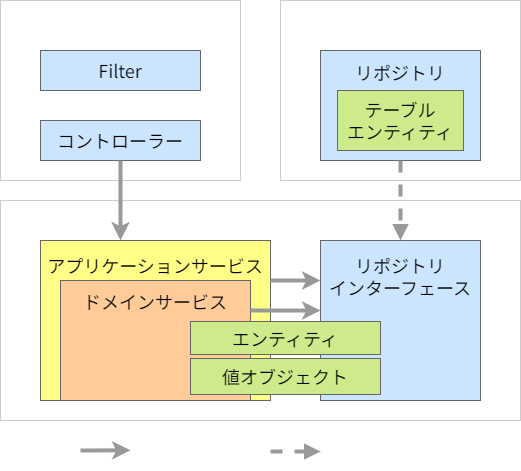
This is documents/contents/images/app-architecture/client-side-rendering/csr-architecture-dark.png from AlesInfiny/maia, a draw.io export, as it was before one commit. Source tidied: cells renumbered, new cells last; positions are measured from the earlier drawing's top-left corner, leaving out a move shared by most shapes.
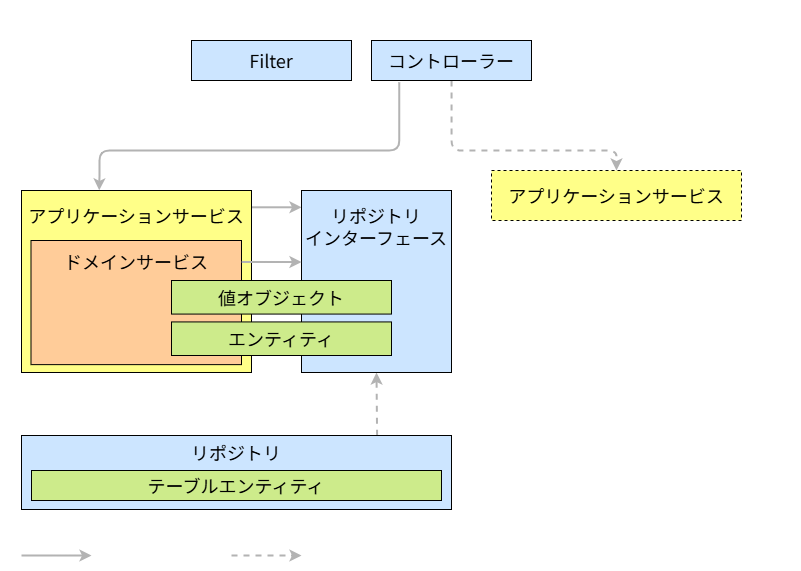
The same file after the commit.

Commit message:
アプリケーションアーキテクチャの図を最新化

The edit, as a diff of the source:
```diff
@@ -2,73 +2,103 @@
   <root>
     <mxCell id="0" />
     <mxCell id="1" parent="0" />
+    <mxCell id="22" value="&lt;font&gt;&lt;font style=&quot;color: rgb(255, 255, 255);&quot;&gt;アプリケーションモジュール A&lt;/font&gt;&lt;br&gt;&lt;/font&gt;" style="rounded=0;whiteSpace=wrap;html=1;fontFamily=Noto Sans JP;fontSize=18;strokeWidth=2;dashed=1;fontSource=https%3A%2F%2Ffonts.googleapis.com%2Fcss%3Ffamily%3DNoto%2BSans%2BJP;fillColor=none;strokeColor=#FFFFFF;spacingTop=8;spacingLeft=8;verticalAlign=top;align=left;fontColor=#000000;" parent="1" vertex="1">
+      <mxGeometry x="100" y="140" width="470" height="430" as="geometry" />
+    </mxCell>
+    <mxCell id="23" value="&lt;font&gt;&lt;font style=&quot;color: rgb(255, 255, 255);&quot;&gt;アプリケーションモジュール B&lt;/font&gt;&lt;br&gt;&lt;/font&gt;" style="rounded=0;whiteSpace=wrap;html=1;fontFamily=Noto Sans JP;fontSize=18;strokeWidth=2;dashed=1;fontSource=https%3A%2F%2Ffonts.googleapis.com%2Fcss%3Ffamily%3DNoto%2BSans%2BJP;fillColor=none;strokeColor=#FFFFFF;spacingTop=8;spacingLeft=8;verticalAlign=top;align=left;fontColor=#FFFFFF;" parent="1" vertex="1">
+      <mxGeometry x="580" y="140.6" width="270" height="429.4" as="geometry" />
+    </mxCell>
+    <mxCell id="24" value="&lt;font style=&quot;font-size: 18px; color: rgb(255, 255, 255);&quot;&gt;&lt;font style=&quot;&quot;&gt;内部構成は&lt;/font&gt;&lt;span style=&quot;background-color: transparent;&quot;&gt;アプリケーション&lt;/span&gt;&lt;/font&gt;&lt;div&gt;&lt;font style=&quot;font-size: 18px; color: rgb(255, 255, 255);&quot;&gt;&lt;span style=&quot;background-color: transparent;&quot;&gt;モジュール A と同様&lt;/span&gt;&lt;/font&gt;&lt;/div&gt;" style="text;html=1;strokeColor=none;fillColor=none;align=center;verticalAlign=middle;whiteSpace=wrap;rounded=0;fontFamily=Noto Sans JP;fontSize=14;fontColor=#FFFFFF;" parent="1" vertex="1">
+      <mxGeometry x="585" y="305" width="260" height="80" as="geometry" />
+    </mxCell>
+    <mxCell id="25" value="…" style="text;html=1;strokeColor=none;fillColor=none;align=center;verticalAlign=middle;whiteSpace=wrap;rounded=0;fontFamily=Noto Sans JP;fontSize=28;fontColor=#FFFFFF;" parent="1" vertex="1">
+      <mxGeometry x="860" y="315" width="40" height="60" as="geometry" />
+    </mxCell>
-    <mxCell id="2" value="&lt;font&gt;アプリケーションコア層&lt;br&gt;&lt;/font&gt;" style="rounded=0;whiteSpace=wrap;html=1;fontFamily=Noto Sans JP;fontSize=18;strokeWidth=1;fontSource=https%3A%2F%2Ffonts.googleapis.com%2Fcss%3Ffamily%3DNoto%2BSans%2BJP;fillColor=none;strokeColor=#CCCCCC;spacingTop=8;verticalAlign=top;fontColor=#FFFFFF;" parent="1" vertex="1">
-      <mxGeometry y="200" width="520" height="220" as="geometry" />
+    <mxCell id="2" value="&lt;font&gt;&lt;font style=&quot;color: rgb(255, 255, 255);&quot;&gt;アプリケーションコア層&lt;/font&gt;&lt;br&gt;&lt;/font&gt;" style="rounded=0;whiteSpace=wrap;html=1;fontFamily=Noto Sans JP;fontSize=18;strokeWidth=1;fontSource=https%3A%2F%2Ffonts.googleapis.com%2Fcss%3Ffamily%3DNoto%2BSans%2BJP;fillColor=none;strokeColor=#FFFFFF;spacingTop=8;verticalAlign=top;fontColor=#FFFFFF;" parent="1" vertex="1">
+      <mxGeometry x="110" y="180" width="450" height="240" as="geometry" />
     </mxCell>
+    <mxCell id="26" style="edgeStyle=none;html=1;strokeColor=#B3B3B3;strokeWidth=2;" parent="1" edge="1">
+      <mxGeometry relative="1" as="geometry">
+        <mxPoint x="350" y="246.8" as="sourcePoint" />
+        <mxPoint x="400" y="246.8" as="targetPoint" />
+      </mxGeometry>
+    </mxCell>
-    <mxCell id="3" value="&lt;div&gt;&lt;font color=&quot;#000000&quot;&gt;アプリケーションサービス&lt;/font&gt;&lt;/div&gt;" style="rounded=0;whiteSpace=wrap;html=1;fontFamily=Noto Sans JP;fontSize=18;fillColor=#ffff88;strokeColor=#666666;strokeWidth=1;spacingLeft=0;fontSource=https%3A%2F%2Ffonts.googleapis.com%2Fcss%3Ffamily%3DNoto%2BSans%2BJP;align=center;verticalAlign=top;spacingTop=8;" parent="1" vertex="1">
-      <mxGeometry x="40" y="240" width="230" height="160" as="geometry" />
+    <mxCell id="3" value="&lt;div&gt;&lt;font color=&quot;#000000&quot;&gt;アプリケーションサービス&lt;/font&gt;&lt;/div&gt;" style="rounded=0;whiteSpace=wrap;html=1;fontFamily=Noto Sans JP;fontSize=18;fillColor=#ffff88;strokeColor=default;strokeWidth=1;spacingLeft=0;fontSource=https%3A%2F%2Ffonts.googleapis.com%2Fcss%3Ffamily%3DNoto%2BSans%2BJP;align=center;verticalAlign=top;spacingTop=8;" parent="1" vertex="1">
+      <mxGeometry x="120" y="230" width="230" height="182" as="geometry" />
     </mxCell>
-    <mxCell id="4" value="&lt;font&gt;インフラストラクチャ層&lt;br&gt;&lt;/font&gt;" style="rounded=0;whiteSpace=wrap;html=1;fontFamily=Noto Sans JP;fontSize=18;strokeWidth=1;fontSource=https%3A%2F%2Ffonts.googleapis.com%2Fcss%3Ffamily%3DNoto%2BSans%2BJP;fillColor=none;strokeColor=#CCCCCC;spacingTop=8;verticalAlign=top;fontColor=#FFFFFF;" parent="1" vertex="1">
-      <mxGeometry x="280" width="240" height="180" as="geometry" />
+    <mxCell id="4" value="&lt;font&gt;&lt;font style=&quot;color: rgb(255, 255, 255);&quot;&gt;インフラストラクチャ層&lt;/font&gt;&lt;br&gt;&lt;/font&gt;" style="rounded=0;whiteSpace=wrap;html=1;fontFamily=Noto Sans JP;fontSize=18;strokeWidth=1;fontSource=https%3A%2F%2Ffonts.googleapis.com%2Fcss%3Ffamily%3DNoto%2BSans%2BJP;fillColor=none;strokeColor=#FFFFFF;spacingTop=8;verticalAlign=top;fontColor=#000000;" parent="1" vertex="1">
+      <mxGeometry x="110" y="430" width="450" height="130" as="geometry" />
     </mxCell>
-    <mxCell id="5" value="&lt;font&gt;プレゼンテーション層&lt;br&gt;&lt;/font&gt;" style="rounded=0;whiteSpace=wrap;html=1;fontFamily=Noto Sans JP;fontSize=18;strokeWidth=1;fontSource=https%3A%2F%2Ffonts.googleapis.com%2Fcss%3Ffamily%3DNoto%2BSans%2BJP;fillColor=none;strokeColor=#CCCCCC;spacingTop=8;verticalAlign=top;fontColor=#FFFFFF;" parent="1" vertex="1">
-      <mxGeometry width="240" height="180" as="geometry" />
+    <mxCell id="5" value="&lt;font&gt;&lt;font style=&quot;color: rgb(255, 255, 255);&quot;&gt;プレゼンテーション層&lt;/font&gt;&lt;br&gt;&lt;/font&gt;" style="rounded=0;whiteSpace=wrap;html=1;fontFamily=Noto Sans JP;fontSize=18;strokeWidth=1;fontSource=https%3A%2F%2Ffonts.googleapis.com%2Fcss%3Ffamily%3DNoto%2BSans%2BJP;fillColor=none;strokeColor=#FFFFFF;spacingTop=8;verticalAlign=top;fontColor=#FFFFFF;" parent="1" vertex="1">
+      <mxGeometry x="100" y="40" width="750" height="90" as="geometry" />
     </mxCell>
-    <mxCell id="6" value="&lt;div&gt;&lt;font color=&quot;#000000&quot;&gt;ドメインサービス&lt;/font&gt;&lt;/div&gt;" style="rounded=0;whiteSpace=wrap;html=1;fontFamily=Noto Sans JP;fontSize=18;fillColor=#ffcc99;strokeColor=#666666;strokeWidth=1;spacingLeft=0;fontSource=https%3A%2F%2Ffonts.googleapis.com%2Fcss%3Ffamily%3DNoto%2BSans%2BJP;align=center;verticalAlign=top;spacingTop=4;" parent="1" vertex="1">
-      <mxGeometry x="60" y="280" width="190" height="120" as="geometry" />
+    <mxCell id="6" value="&lt;div&gt;&lt;font color=&quot;#000000&quot;&gt;ドメインサービス&lt;/font&gt;&lt;/div&gt;" style="rounded=0;whiteSpace=wrap;html=1;fontFamily=Noto Sans JP;fontSize=18;fillColor=#ffcc99;strokeColor=default;strokeWidth=1;spacingLeft=0;fontSource=https%3A%2F%2Ffonts.googleapis.com%2Fcss%3Ffamily%3DNoto%2BSans%2BJP;align=center;verticalAlign=top;spacingTop=4;" parent="1" vertex="1">
+      <mxGeometry x="129.5" y="280" width="210.5" height="124.1" as="geometry" />
     </mxCell>
+    <mxCell id="13" style="edgeStyle=none;html=1;entryX=0.5;entryY=1;entryDx=0;entryDy=0;exitX=0.827;exitY=0.004;exitDx=0;exitDy=0;exitPerimeter=0;strokeColor=#B3B3B3;strokeWidth=2;dashed=1;" parent="1" edge="1" source="7" target="8">
+      <mxGeometry relative="1" as="geometry" />
+    </mxCell>
-    <mxCell id="7" value="&lt;font color=&quot;#000000&quot;&gt;リポジトリ&lt;br&gt;&lt;br&gt;&lt;br&gt;&lt;br&gt;&lt;/font&gt;" style="rounded=0;whiteSpace=wrap;html=1;fontFamily=Noto Sans JP;fontSize=18;fillColor=#cce5ff;strokeColor=#666666;strokeWidth=1;spacingLeft=0;fontSource=https%3A%2F%2Ffonts.googleapis.com%2Fcss%3Ffamily%3DNoto%2BSans%2BJP;" parent="1" vertex="1">
-      <mxGeometry x="320" y="50" width="160" height="110" as="geometry" />
+    <mxCell id="7" value="&lt;font color=&quot;#000000&quot;&gt;リポジトリ&lt;br&gt;&lt;/font&gt;" style="rounded=0;whiteSpace=wrap;html=1;fontFamily=Noto Sans JP;fontSize=18;fillColor=#cce5ff;strokeColor=default;strokeWidth=1;spacingLeft=0;fontSource=https%3A%2F%2Ffonts.googleapis.com%2Fcss%3Ffamily%3DNoto%2BSans%2BJP;verticalAlign=top;" parent="1" vertex="1">
+      <mxGeometry x="120" y="475" width="430" height="74" as="geometry" />
     </mxCell>
-    <mxCell id="8" value="&lt;font color=&quot;#000000&quot;&gt;リポジトリ&lt;br&gt;インターフェース&lt;br&gt;&lt;/font&gt;" style="rounded=0;whiteSpace=wrap;html=1;fontFamily=Noto Sans JP;fontSize=18;fillColor=#cce5ff;strokeColor=#666666;strokeWidth=1;spacingLeft=0;fontSource=https%3A%2F%2Ffonts.googleapis.com%2Fcss%3Ffamily%3DNoto%2BSans%2BJP;verticalAlign=top;spacingTop=8;" parent="1" vertex="1">
-      <mxGeometry x="320" y="240" width="160" height="160" as="geometry" />
+    <mxCell id="8" value="&lt;font color=&quot;#000000&quot;&gt;リポジトリ&lt;br&gt;インターフェース&lt;br&gt;&lt;/font&gt;" style="rounded=0;whiteSpace=wrap;html=1;fontFamily=Noto Sans JP;fontSize=18;fillColor=#cce5ff;strokeColor=default;strokeWidth=1;spacingLeft=0;fontSource=https%3A%2F%2Ffonts.googleapis.com%2Fcss%3Ffamily%3DNoto%2BSans%2BJP;verticalAlign=top;spacingTop=8;" parent="1" vertex="1">
+      <mxGeometry x="400" y="230" width="150" height="182" as="geometry" />
     </mxCell>
+    <mxCell id="27" style="edgeStyle=orthogonalEdgeStyle;html=1;strokeColor=#B3B3B3;exitX=0.174;exitY=1.041;exitDx=0;exitDy=0;exitPerimeter=0;entryX=0.338;entryY=-0.001;entryDx=0;entryDy=0;entryPerimeter=0;strokeWidth=2;" parent="1" edge="1" source="9" target="3">
+      <mxGeometry relative="1" as="geometry">
+        <Array as="points">
+          <mxPoint x="498" y="190" />
+          <mxPoint x="198" y="190" />
+          <mxPoint x="198" y="210" />
+        </Array>
+      </mxGeometry>
+    </mxCell>
+    <mxCell id="28" style="edgeStyle=orthogonalEdgeStyle;html=1;strokeColor=#B3B3B3;dashed=1;strokeWidth=2;" parent="1" edge="1" source="9" target="29">
+      <mxGeometry relative="1" as="geometry">
+        <Array as="points">
+          <mxPoint x="550" y="190" />
+          <mxPoint x="715" y="190" />
+        </Array>
+      </mxGeometry>
+    </mxCell>
-    <mxCell id="9" value="&lt;font color=&quot;#000000&quot;&gt;コントローラー&lt;/font&gt;" style="rounded=0;whiteSpace=wrap;html=1;fontFamily=Noto Sans JP;fontSize=18;fillColor=#cce5ff;strokeColor=#666666;strokeWidth=1;spacingLeft=0;fontSource=https%3A%2F%2Ffonts.googleapis.com%2Fcss%3Ffamily%3DNoto%2BSans%2BJP;" parent="1" vertex="1">
-      <mxGeometry x="40" y="120" width="160" height="40" as="geometry" />
+    <mxCell id="9" value="&lt;font color=&quot;#000000&quot;&gt;コントローラー&lt;/font&gt;" style="rounded=0;whiteSpace=wrap;html=1;fontFamily=Noto Sans JP;fontSize=18;fillColor=#cce5ff;strokeColor=default;strokeWidth=1;spacingLeft=0;fontSource=https%3A%2F%2Ffonts.googleapis.com%2Fcss%3Ffamily%3DNoto%2BSans%2BJP;" parent="1" vertex="1">
+      <mxGeometry x="470" y="80" width="160" height="40" as="geometry" />
     </mxCell>
-    <mxCell id="10" value="&lt;font color=&quot;#000000&quot;&gt;Filter&lt;/font&gt;" style="rounded=0;whiteSpace=wrap;html=1;fontFamily=Noto Sans JP;fontSize=18;fillColor=#cce5ff;strokeColor=#666666;strokeWidth=1;spacingLeft=0;fontSource=https%3A%2F%2Ffonts.googleapis.com%2Fcss%3Ffamily%3DNoto%2BSans%2BJP;" parent="1" vertex="1">
-      <mxGeometry x="40" y="50" width="160" height="40" as="geometry" />
+    <mxCell id="10" value="&lt;font color=&quot;#000000&quot;&gt;Filter&lt;/font&gt;" style="rounded=0;whiteSpace=wrap;html=1;fontFamily=Noto Sans JP;fontSize=18;fillColor=#cce5ff;strokeColor=default;strokeWidth=1;spacingLeft=0;fontSource=https%3A%2F%2Ffonts.googleapis.com%2Fcss%3Ffamily%3DNoto%2BSans%2BJP;" parent="1" vertex="1">
+      <mxGeometry x="290" y="80" width="160" height="40" as="geometry" />
     </mxCell>
-    <mxCell id="11" value="&lt;font color=&quot;#000000&quot;&gt;テーブル&lt;br&gt;エンティティ&lt;/font&gt;" style="rounded=0;whiteSpace=wrap;html=1;fontFamily=Noto Sans JP;fontSize=18;fillColor=#cdeb8b;strokeColor=#666666;strokeWidth=1;spacingLeft=0;fontSource=https%3A%2F%2Ffonts.googleapis.com%2Fcss%3Ffamily%3DNoto%2BSans%2BJP;" parent="1" vertex="1">
-      <mxGeometry x="337" y="90" width="126" height="60" as="geometry" />
+    <mxCell id="11" value="&lt;font color=&quot;#000000&quot;&gt;テーブルエンティティ&lt;/font&gt;" style="rounded=0;whiteSpace=wrap;html=1;fontFamily=Noto Sans JP;fontSize=18;fillColor=#cdeb8b;strokeColor=default;strokeWidth=1;spacingLeft=0;fontSource=https%3A%2F%2Ffonts.googleapis.com%2Fcss%3Ffamily%3DNoto%2BSans%2BJP;" parent="1" vertex="1">
+      <mxGeometry x="130" y="510" width="410" height="30" as="geometry" />
     </mxCell>
-    <mxCell id="12" style="edgeStyle=none;sketch=0;html=1;exitX=0.5;exitY=1;exitDx=0;exitDy=0;shadow=0;fontColor=#000000;endArrow=classic;endFill=1;strokeColor=#999999;strokeWidth=4;" parent="1" edge="1" source="9">
-      <mxGeometry relative="1" as="geometry">
-        <mxPoint x="120" y="240" as="targetPoint" />
-      </mxGeometry>
-    </mxCell>
-    <mxCell id="13" style="edgeStyle=none;sketch=0;html=1;exitX=0.5;exitY=1;exitDx=0;exitDy=0;shadow=0;fontColor=#000000;endArrow=block;endFill=1;strokeColor=#999999;strokeWidth=4;dashed=1;" parent="1" edge="1" source="7" target="8">
-      <mxGeometry relative="1" as="geometry" />
-    </mxCell>
-    <mxCell id="14" value="値オブジェクト" style="rounded=0;whiteSpace=wrap;html=1;fontFamily=Noto Sans JP;fontSize=18;fillColor=#cdeb8b;strokeColor=#666666;strokeWidth=1;spacingLeft=0;fontSource=https%3A%2F%2Ffonts.googleapis.com%2Fcss%3Ffamily%3DNoto%2BSans%2BJP;" parent="1" vertex="1">
-      <mxGeometry x="190" y="358" width="190" height="36" as="geometry" />
+    <mxCell id="14" value="値オブジェクト" style="rounded=0;whiteSpace=wrap;html=1;fontFamily=Noto Sans JP;fontSize=18;fillColor=#cdeb8b;strokeColor=default;strokeWidth=1;spacingLeft=0;fontSource=https%3A%2F%2Ffonts.googleapis.com%2Fcss%3Ffamily%3DNoto%2BSans%2BJP;" parent="1" vertex="1">
+      <mxGeometry x="270" y="320" width="220" height="33.6" as="geometry" />
     </mxCell>
+    <mxCell id="21" value="エンティティ" style="rounded=0;whiteSpace=wrap;html=1;fontFamily=Noto Sans JP;fontSize=18;fillColor=#cdeb8b;strokeColor=default;strokeWidth=1;spacingLeft=0;fontSource=https%3A%2F%2Ffonts.googleapis.com%2Fcss%3Ffamily%3DNoto%2BSans%2BJP;" parent="1" vertex="1">
+      <mxGeometry x="270" y="361.4" width="220" height="33.6" as="geometry" />
+    </mxCell>
+    <mxCell id="29" value="&lt;div&gt;&lt;font color=&quot;#000000&quot;&gt;アプリケーションサービス&lt;/font&gt;&lt;/div&gt;" style="rounded=0;whiteSpace=wrap;html=1;fontFamily=Noto Sans JP;fontSize=18;fillColor=#ffff88;strokeColor=default;strokeWidth=1;spacingLeft=0;fontSource=https%3A%2F%2Ffonts.googleapis.com%2Fcss%3Ffamily%3DNoto%2BSans%2BJP;align=center;verticalAlign=top;spacingTop=8;dashed=1;" parent="1" vertex="1">
+      <mxGeometry x="590" y="210" width="250" height="50" as="geometry" />
+    </mxCell>
+    <mxCell id="19" style="edgeStyle=none;html=1;entryX=0;entryY=0.393;entryDx=0;entryDy=0;entryPerimeter=0;exitX=1.001;exitY=0.173;exitDx=0;exitDy=0;exitPerimeter=0;strokeColor=#B3B3B3;strokeWidth=2;" parent="1" edge="1" source="6" target="8">
+      <mxGeometry relative="1" as="geometry" />
+    </mxCell>
+    <mxCell id="30" style="html=1;strokeColor=#B3B3B3;strokeWidth=2;" parent="1" edge="1">
+      <mxGeometry relative="1" as="geometry">
+        <mxPoint x="120" y="595" as="sourcePoint" />
+        <mxPoint x="190" y="595" as="targetPoint" />
+      </mxGeometry>
+    </mxCell>
-    <mxCell id="15" value="依存関係" style="text;html=1;strokeColor=none;fillColor=none;align=left;verticalAlign=middle;whiteSpace=wrap;rounded=0;fontFamily=Noto Sans JP;fontSource=https%3A%2F%2Ffonts.googleapis.com%2Fcss%3Ffamily%3DNoto%2BSans%2BJP;fontSize=18;fontColor=#FFFFFF;" parent="1" vertex="1">
-      <mxGeometry x="140" y="430" width="90" height="40" as="geometry" />
+    <mxCell id="15" value="&lt;font color=&quot;#FFFFFF&quot;&gt;依存関係&lt;/font&gt;" style="text;html=1;strokeColor=none;fillColor=none;align=left;verticalAlign=middle;whiteSpace=wrap;rounded=0;fontFamily=Noto Sans JP;fontSize=16;fontColor=#FFFFFF;" parent="1" vertex="1">
+      <mxGeometry x="200" y="580" width="110" height="30" as="geometry" />
     </mxCell>
-    <mxCell id="16" style="edgeStyle=none;sketch=0;html=1;shadow=0;fontColor=#000000;endArrow=classic;endFill=1;strokeColor=#999999;strokeWidth=4;" parent="1" edge="1">
-      <mxGeometry relative="1" as="geometry">
-        <mxPoint x="80" y="450" as="sourcePoint" />
-        <mxPoint x="130" y="449.8" as="targetPoint" />
-      </mxGeometry>
-    </mxCell>
+    <mxCell id="31" style="html=1;strokeColor=#B3B3B3;strokeWidth=2;dashed=1;" parent="1" edge="1">
+      <mxGeometry relative="1" as="geometry">
+        <mxPoint x="330" y="595" as="sourcePoint" />
+        <mxPoint x="400" y="595" as="targetPoint" />
+      </mxGeometry>
+    </mxCell>
-    <mxCell id="17" value="実装関係" style="text;html=1;strokeColor=none;fillColor=none;align=left;verticalAlign=middle;whiteSpace=wrap;rounded=0;fontFamily=Noto Sans JP;fontSource=https%3A%2F%2Ffonts.googleapis.com%2Fcss%3Ffamily%3DNoto%2BSans%2BJP;fontSize=18;fontColor=#FFFFFF;" parent="1" vertex="1">
-      <mxGeometry x="328.4" y="430" width="90" height="40" as="geometry" />
+    <mxCell id="17" value="&lt;font color=&quot;#FFFFFF&quot;&gt;実装関係&lt;/font&gt;" style="text;html=1;strokeColor=none;fillColor=none;align=left;verticalAlign=middle;whiteSpace=wrap;rounded=0;fontFamily=Noto Sans JP;fontSize=16;fontColor=#FFFFFF;" parent="1" vertex="1">
+      <mxGeometry x="410" y="580" width="110" height="30" as="geometry" />
     </mxCell>
-    <mxCell id="18" style="edgeStyle=none;sketch=0;html=1;shadow=0;fontColor=#000000;endArrow=block;endFill=1;strokeColor=#999999;strokeWidth=4;dashed=1;" parent="1" edge="1">
-      <mxGeometry relative="1" as="geometry">
-        <mxPoint x="270" y="451" as="sourcePoint" />
-        <mxPoint x="320" y="451" as="targetPoint" />
-      </mxGeometry>
-    </mxCell>
-    <mxCell id="19" style="edgeStyle=none;sketch=0;html=1;shadow=0;fontColor=#000000;endArrow=classic;endFill=1;strokeColor=#999999;strokeWidth=4;exitX=1;exitY=0.25;exitDx=0;exitDy=0;entryX=0;entryY=0.438;entryDx=0;entryDy=0;entryPerimeter=0;" parent="1" edge="1" source="6" target="8">
-      <mxGeometry relative="1" as="geometry" />
-    </mxCell>
-    <mxCell id="20" style="edgeStyle=none;sketch=0;html=1;exitX=1;exitY=0.25;exitDx=0;exitDy=0;shadow=0;fontColor=#000000;endArrow=classic;endFill=1;strokeColor=#999999;strokeWidth=4;entryX=0;entryY=0.25;entryDx=0;entryDy=0;" parent="1" edge="1" source="3" target="8">
-      <mxGeometry relative="1" as="geometry" />
-    </mxCell>
-    <mxCell id="21" value="エンティティ" style="rounded=0;whiteSpace=wrap;html=1;fontFamily=Noto Sans JP;fontSize=18;fillColor=#cdeb8b;strokeColor=#666666;strokeWidth=1;spacingLeft=0;fontSource=https%3A%2F%2Ffonts.googleapis.com%2Fcss%3Ffamily%3DNoto%2BSans%2BJP;" parent="1" vertex="1">
-      <mxGeometry x="190" y="321" width="190" height="33" as="geometry" />
-    </mxCell>
   </root>
 </mxGraphModel>
```
